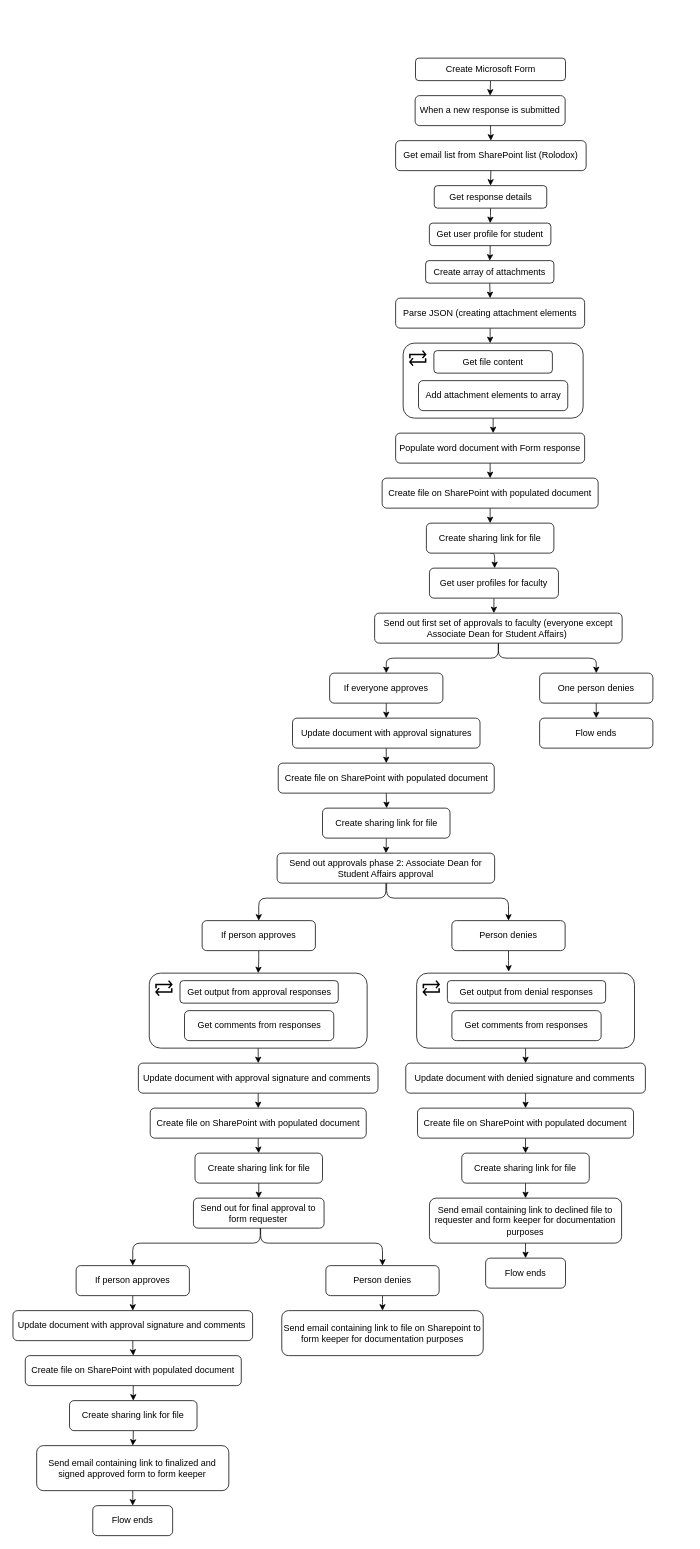
The draw.io diagram Untitled Diagram.drawio in DianaJimenez23/Leave-of-Absence-Request-Form-Automation, before the edit. Source tidied: cells renumbered, new cells numbered last; positions are measured from the earlier drawing's top-left corner, leaving out a move shared by most shapes. Both pictures are drawn from the tidied source at 75%, with x=0, y=0 at pixel (13, 58).
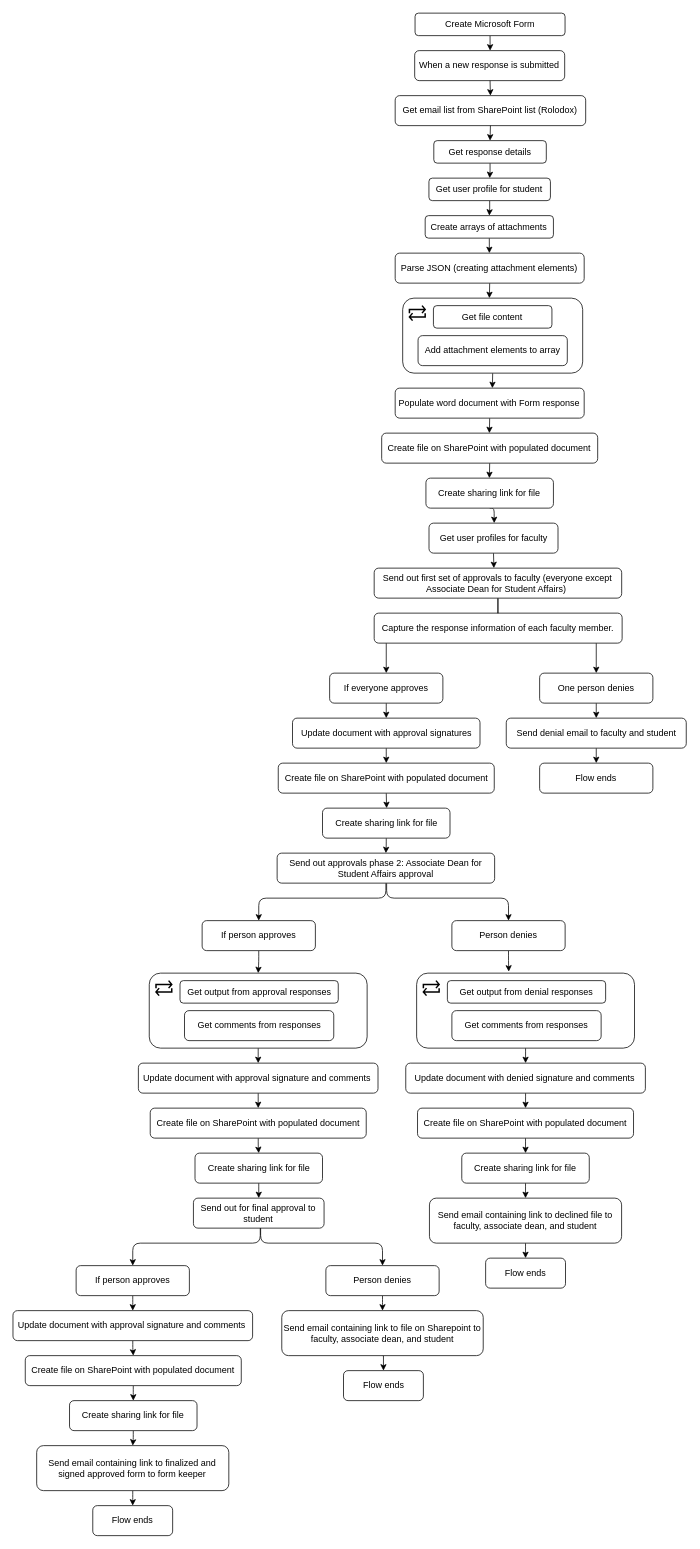
The same page after the edit.

The edit, as a diff of the source:
```diff
@@
     <mxCell id="2" value="When a new response is submitted" style="whiteSpace=wrap;html=1;fontSize=12;glass=0;strokeWidth=1;shadow=0;rounded=1;" parent="1" vertex="1">
-      <mxGeometry x="536" y="50" width="200" height="40" as="geometry" />
+      <mxGeometry x="535.4" y="-10" width="200" height="40" as="geometry" />
     </mxCell>
     <mxCell id="3" value="Get email list from SharePoint list (Rolodox)" style="whiteSpace=wrap;html=1;rounded=1;" parent="1" vertex="1">
-      <mxGeometry x="510" y="110" width="254" height="40" as="geometry" />
+      <mxGeometry x="509.4" y="50" width="254" height="40" as="geometry" />
     </mxCell>
@@
     <mxCell id="5" value="Get response details" style="whiteSpace=wrap;html=1;rounded=1;" parent="1" vertex="1">
-      <mxGeometry x="561.5" y="170" width="150" height="30" as="geometry" />
+      <mxGeometry x="560.9" y="110" width="150" height="30" as="geometry" />
     </mxCell>
@@
-    <mxCell id="9" value="Create array of attachments" style="whiteSpace=wrap;html=1;rounded=1;" parent="1" vertex="1">
-      <mxGeometry x="550" y="270" width="171" height="30" as="geometry" />
+    <mxCell id="9" value="Create arrays of attachments" style="whiteSpace=wrap;html=1;rounded=1;" parent="1" vertex="1">
+      <mxGeometry x="549.4" y="210" width="171" height="30" as="geometry" />
     </mxCell>
@@
     <mxCell id="11" value="Create Microsoft Form" style="whiteSpace=wrap;html=1;rounded=1;" parent="1" vertex="1">
-      <mxGeometry x="536.5" width="200" height="30" as="geometry" />
+      <mxGeometry x="535.9" y="-60" width="200" height="30" as="geometry" />
     </mxCell>
@@
-    <mxCell id="13" value="Parse JSON (creating attachment elements" style="whiteSpace=wrap;html=1;rounded=1;" parent="1" vertex="1">
-      <mxGeometry x="510" y="320" width="252" height="40" as="geometry" />
+    <mxCell id="13" value="Parse JSON (creating attachment elements)" style="whiteSpace=wrap;html=1;rounded=1;" parent="1" vertex="1">
+      <mxGeometry x="509.4" y="260" width="252" height="40" as="geometry" />
     </mxCell>
@@
     <mxCell id="15" style="whiteSpace=wrap;html=1;rounded=1;" parent="1" vertex="1">
-      <mxGeometry x="520" y="380" width="240" height="100" as="geometry" />
+      <mxGeometry x="519.4" y="320" width="240" height="100" as="geometry" />
     </mxCell>
     <mxCell id="16" value="Get file content" style="whiteSpace=wrap;html=1;rounded=1;" parent="1" vertex="1">
-      <mxGeometry x="561" y="390" width="158" height="30" as="geometry" />
+      <mxGeometry x="560.4" y="330" width="158" height="30" as="geometry" />
     </mxCell>
     <mxCell id="17" value="Add attachment elements to array" style="whiteSpace=wrap;html=1;rounded=1;" parent="1" vertex="1">
-      <mxGeometry x="540.5" y="430" width="199" height="40" as="geometry" />
+      <mxGeometry x="539.9" y="370" width="199" height="40" as="geometry" />
     </mxCell>
@@
     <mxCell id="19" value="Populate word document with Form response" style="whiteSpace=wrap;html=1;rounded=1;" parent="1" vertex="1">
-      <mxGeometry x="510" y="500" width="252" height="40" as="geometry" />
+      <mxGeometry x="509.4" y="440" width="252" height="40" as="geometry" />
     </mxCell>
     <mxCell id="20" style="html=1;verticalLabelPosition=bottom;align=center;labelBackgroundColor=#ffffff;verticalAlign=top;strokeWidth=2;shadow=0;dashed=0;shape=mxgraph.ios7.icons.repeat;rounded=1;" parent="1" vertex="1">
-      <mxGeometry x="529" y="390" width="21" height="20" as="geometry" />
+      <mxGeometry x="528.4" y="330" width="21" height="20" as="geometry" />
     </mxCell>
@@
     <mxCell id="23" value="Create file on SharePoint with populated document" style="whiteSpace=wrap;html=1;rounded=1;" parent="1" vertex="1">
-      <mxGeometry x="492" y="560" width="288" height="40" as="geometry" />
+      <mxGeometry x="491.4" y="500" width="288" height="40" as="geometry" />
     </mxCell>
     <mxCell id="24" style="edgeStyle=elbowEdgeStyle;jettySize=auto;html=1;exitX=0.5;exitY=1;exitDx=0;exitDy=0;entryX=0.5;entryY=0;entryDx=0;entryDy=0;" parent="1" edge="1" source="25" target="27">
       <mxGeometry relative="1" as="geometry">
         <Array as="points">
-          <mxPoint x="642" y="660" />
+          <mxPoint x="641.4" y="600" />
         </Array>
       </mxGeometry>
     </mxCell>
     <mxCell id="25" value="Create sharing link for file" style="whiteSpace=wrap;html=1;rounded=1;" parent="1" vertex="1">
-      <mxGeometry x="551" y="620" width="170" height="40" as="geometry" />
+      <mxGeometry x="550.4" y="560" width="170" height="40" as="geometry" />
     </mxCell>
@@
     <mxCell id="27" value="Get user profiles for faculty" style="whiteSpace=wrap;html=1;strokeColor=#000000;strokeWidth=1;rounded=1;" parent="1" vertex="1">
-      <mxGeometry x="555.1" y="680" width="172" height="40" as="geometry" />
+      <mxGeometry x="554.5" y="620" width="172" height="40" as="geometry" />
     </mxCell>
@@
     <mxCell id="30" value="Send out first set of approvals to faculty (everyone except Associate Dean for Student Affairs)&amp;nbsp;" style="whiteSpace=wrap;html=1;rounded=1;" parent="1" vertex="1">
-      <mxGeometry x="482" y="740" width="330" height="40" as="geometry" />
+      <mxGeometry x="481.4" y="680" width="330" height="40" as="geometry" />
     </mxCell>
@@
+    <mxCell id="97" style="edgeStyle=orthogonalEdgeStyle;rounded=0;jettySize=auto;html=1;exitX=0.5;exitY=1;exitDx=0;exitDy=0;entryX=0.5;entryY=0;entryDx=0;entryDy=0;" parent="1" edge="1" source="35" target="100">
+      <mxGeometry relative="1" as="geometry" />
+    </mxCell>
-    <mxCell id="35" value="Flow ends" style="whiteSpace=wrap;html=1;rounded=1;" parent="1" vertex="1">
-      <mxGeometry x="702" y="880" width="151" height="40" as="geometry" />
+    <mxCell id="35" value="Send denial email to faculty and student" style="whiteSpace=wrap;html=1;rounded=1;" parent="1" vertex="1">
+      <mxGeometry x="657.5" y="880" width="240" height="40" as="geometry" />
     </mxCell>
@@
-    <mxCell id="65" value="Send out for final approval to form requester" style="whiteSpace=wrap;html=1;rounded=1;" parent="1" vertex="1">
+    <mxCell id="65" value="Send out for final approval to student" style="whiteSpace=wrap;html=1;rounded=1;" parent="1" vertex="1">
       <mxGeometry x="240.4" y="1520" width="174.2" height="40" as="geometry" />
     </mxCell>
@@
-    <mxCell id="75" value="Send email containing link to declined file to requester and form keeper for documentation purposes" style="whiteSpace=wrap;html=1;rounded=1;" parent="1" vertex="1">
+    <mxCell id="75" value="Send email containing link to declined file to faculty, associate dean, and student" style="whiteSpace=wrap;html=1;rounded=1;" parent="1" vertex="1">
       <mxGeometry x="555.1" y="1520" width="256.2" height="60" as="geometry" />
     </mxCell>
@@
+    <mxCell id="98" style="edgeStyle=orthogonalEdgeStyle;rounded=0;jettySize=auto;html=1;exitX=0.5;exitY=1;exitDx=0;exitDy=0;entryX=0.5;entryY=0;entryDx=0;entryDy=0;" parent="1" edge="1" source="94" target="101">
+      <mxGeometry relative="1" as="geometry" />
+    </mxCell>
-    <mxCell id="94" value="Send email containing link to file on Sharepoint to form keeper for documentation purposes" style="whiteSpace=wrap;html=1;rounded=1;" parent="1" vertex="1">
+    <mxCell id="94" value="Send email containing link to file on Sharepoint to faculty, associate dean, and student" style="whiteSpace=wrap;html=1;rounded=1;" parent="1" vertex="1">
       <mxGeometry x="358.2" y="1670" width="268.6" height="60" as="geometry" />
     </mxCell>
@@
     <mxCell id="96" value="Get user profile for student" style="whiteSpace=wrap;html=1;rounded=1;" parent="1" vertex="1">
-      <mxGeometry x="555" y="220" width="162" height="30" as="geometry" />
+      <mxGeometry x="554.4" y="160" width="162" height="30" as="geometry" />
     </mxCell>
+    <mxCell id="99" value="Capture the response information of each faculty member." style="whiteSpace=wrap;html=1;strokeColor=#000000;strokeWidth=1;rounded=1;" parent="1" vertex="1">
+      <mxGeometry x="481.4" y="740" width="330.6" height="40" as="geometry" />
+    </mxCell>
+    <mxCell id="100" value="Flow ends" style="whiteSpace=wrap;html=1;rounded=1;" parent="1" vertex="1">
+      <mxGeometry x="702" y="940" width="151" height="40" as="geometry" />
+    </mxCell>
+    <mxCell id="101" value="Flow ends" style="whiteSpace=wrap;html=1;rounded=1;" parent="1" vertex="1">
+      <mxGeometry x="440.5" y="1750" width="106.5" height="40" as="geometry" />
+    </mxCell>
```
